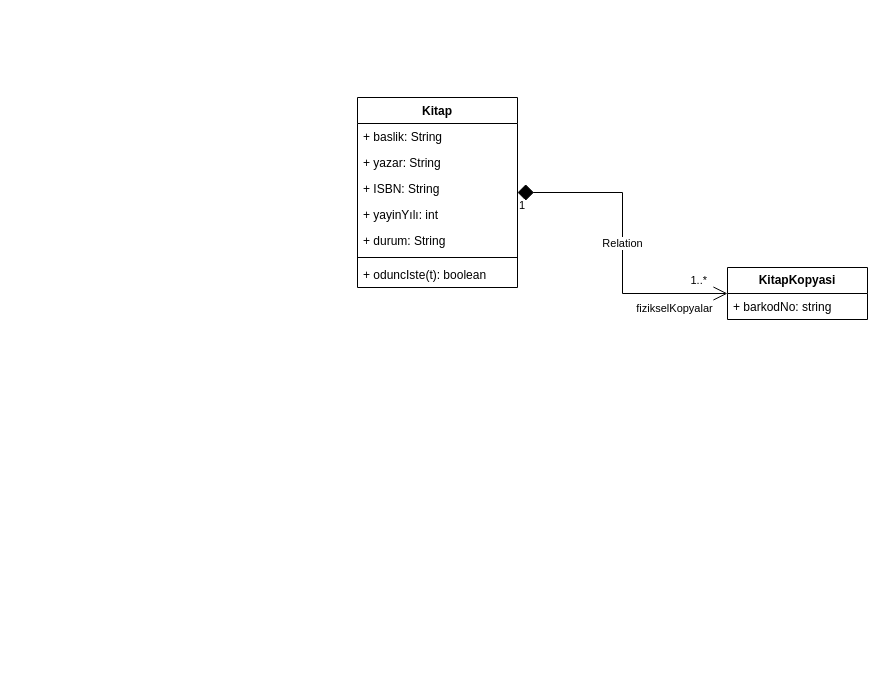
This is page "ClassDiyagram" (1 of 2) of okys/doc/OKYS-Design.drawio from tdursun/oop2026, a draw.io file, before an edit. Source tidied: cells renumbered, new cells numbered last; positions are measured from the earlier drawing's top-left corner, leaving out a move shared by most shapes. Both pictures are drawn from the tidied source at 100%, with x=0, y=0 at pixel (357, 97).
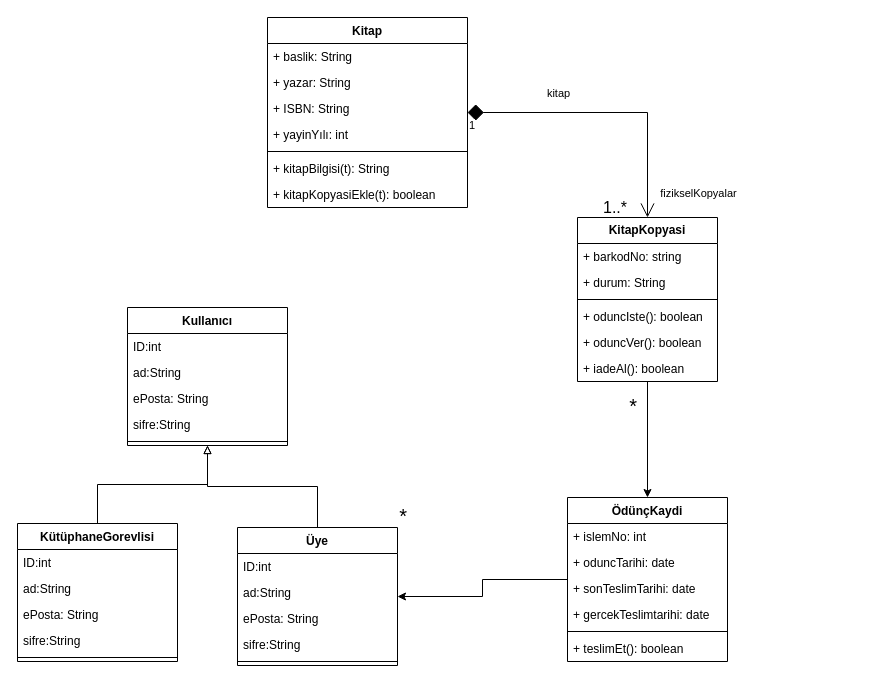
Above is the later version.

The edit, as a diff of the source:
```diff
@@
     <mxCell id="2" value="Kitap" style="swimlane;fontStyle=1;align=center;verticalAlign=top;horizontal=1;startSize=26;whiteSpace=wrap;html=1;" parent="1" vertex="1">
-      <mxGeometry width="160" height="190" as="geometry" />
+      <mxGeometry x="-90" y="-80" width="200" height="190" as="geometry" />
     </mxCell>
     <mxCell id="3" value="+ baslik: String" style="text;strokeColor=none;fillColor=none;align=left;verticalAlign=top;spacingLeft=4;spacingRight=4;overflow=hidden;whiteSpace=wrap;html=1;" parent="2" vertex="1">
-      <mxGeometry y="26" width="160" height="26" as="geometry" />
+      <mxGeometry y="26" width="200" height="26" as="geometry" />
     </mxCell>
     <mxCell id="4" value="+ yazar: String" style="text;strokeColor=none;fillColor=none;align=left;verticalAlign=top;spacingLeft=4;spacingRight=4;overflow=hidden;whiteSpace=wrap;html=1;" parent="2" vertex="1">
-      <mxGeometry y="52" width="160" height="26" as="geometry" />
+      <mxGeometry y="52" width="200" height="26" as="geometry" />
     </mxCell>
     <mxCell id="5" value="+ ISBN: String" style="text;strokeColor=none;fillColor=none;align=left;verticalAlign=top;spacingLeft=4;spacingRight=4;overflow=hidden;whiteSpace=wrap;html=1;" parent="2" vertex="1">
-      <mxGeometry y="78" width="160" height="26" as="geometry" />
+      <mxGeometry y="78" width="200" height="26" as="geometry" />
     </mxCell>
     <mxCell id="6" value="+ yayinYılı: int" style="text;strokeColor=none;fillColor=none;align=left;verticalAlign=top;spacingLeft=4;spacingRight=4;overflow=hidden;whiteSpace=wrap;html=1;" parent="2" vertex="1">
-      <mxGeometry y="104" width="160" height="26" as="geometry" />
+      <mxGeometry y="104" width="200" height="26" as="geometry" />
     </mxCell>
-    <mxCell id="7" value="+ durum: String" style="text;strokeColor=none;fillColor=none;align=left;verticalAlign=top;spacingLeft=4;spacingRight=4;overflow=hidden;whiteSpace=wrap;html=1;" parent="2" vertex="1">
-      <mxGeometry y="130" width="160" height="26" as="geometry" />
-    </mxCell>
     <mxCell id="8" style="line;strokeWidth=1;fillColor=none;align=left;verticalAlign=middle;spacingTop=-1;spacingLeft=3;spacingRight=3;labelPosition=right;strokeColor=inherit;" parent="2" vertex="1">
-      <mxGeometry y="156" width="160" height="8" as="geometry" />
+      <mxGeometry y="130" width="200" height="8" as="geometry" />
     </mxCell>
-    <mxCell id="9" value="+ oduncIste(t): boolean" style="text;strokeColor=none;fillColor=none;align=left;verticalAlign=top;spacingLeft=4;spacingRight=4;overflow=hidden;whiteSpace=wrap;html=1;" parent="2" vertex="1">
-      <mxGeometry y="164" width="160" height="26" as="geometry" />
+    <mxCell id="9" value="+ kitapBilgisi(t): String" style="text;strokeColor=none;fillColor=none;align=left;verticalAlign=top;spacingLeft=4;spacingRight=4;overflow=hidden;whiteSpace=wrap;html=1;" parent="2" vertex="1">
+      <mxGeometry y="138" width="200" height="26" as="geometry" />
     </mxCell>
+    <mxCell id="16" value="+ kitapKopyasiEkle(t): boolean" style="text;strokeColor=none;fillColor=none;align=left;verticalAlign=top;spacingLeft=4;spacingRight=4;overflow=hidden;whiteSpace=wrap;html=1;" parent="2" vertex="1">
+      <mxGeometry y="164" width="200" height="26" as="geometry" />
+    </mxCell>
+    <mxCell id="17" style="edgeStyle=orthogonalEdgeStyle;rounded=0;jettySize=auto;html=1;" parent="1" edge="1" source="10" target="26">
+      <mxGeometry relative="1" as="geometry" />
+    </mxCell>
     <mxCell id="10" value="&lt;b&gt;KitapKopyasi&lt;/b&gt;" style="swimlane;fontStyle=0;horizontal=1;startSize=26;fillColor=none;whiteSpace=wrap;html=1;" parent="1" vertex="1">
-      <mxGeometry x="370" y="170" width="140" height="52" as="geometry" />
+      <mxGeometry x="220" y="120" width="140" height="164" as="geometry" />
     </mxCell>
@@
+    <mxCell id="7" value="+ durum: String" style="text;strokeColor=none;fillColor=none;align=left;verticalAlign=top;spacingLeft=4;spacingRight=4;overflow=hidden;whiteSpace=wrap;html=1;" parent="10" vertex="1">
+      <mxGeometry y="52" width="140" height="26" as="geometry" />
+    </mxCell>
+    <mxCell id="18" style="line;strokeWidth=1;fillColor=none;align=left;verticalAlign=middle;spacingTop=-1;spacingLeft=3;spacingRight=3;labelPosition=right;strokeColor=inherit;" parent="10" vertex="1">
+      <mxGeometry y="78" width="140" height="8" as="geometry" />
+    </mxCell>
+    <mxCell id="19" value="+ oduncIste(): boolean" style="text;strokeColor=none;fillColor=none;align=left;verticalAlign=top;spacingLeft=4;spacingRight=4;overflow=hidden;whiteSpace=wrap;html=1;" parent="10" vertex="1">
+      <mxGeometry y="86" width="140" height="26" as="geometry" />
+    </mxCell>
+    <mxCell id="20" value="+ oduncVer(): boolean" style="text;strokeColor=none;fillColor=none;align=left;verticalAlign=top;spacingLeft=4;spacingRight=4;overflow=hidden;whiteSpace=wrap;html=1;" parent="10" vertex="1">
+      <mxGeometry y="112" width="140" height="26" as="geometry" />
+    </mxCell>
+    <mxCell id="21" value="+ iadeAl(): boolean" style="text;strokeColor=none;fillColor=none;align=left;verticalAlign=top;spacingLeft=4;spacingRight=4;overflow=hidden;whiteSpace=wrap;html=1;" parent="10" vertex="1">
+      <mxGeometry y="138" width="140" height="26" as="geometry" />
+    </mxCell>
-    <mxCell id="12" value="Relation" style="endArrow=open;html=1;endSize=12;startArrow=diamond;startSize=14;startFill=1;edgeStyle=orthogonalEdgeStyle;rounded=0;" parent="1" edge="1" source="2" target="10">
+    <mxCell id="12" style="endArrow=open;html=1;endSize=12;startArrow=diamond;startSize=14;startFill=1;edgeStyle=orthogonalEdgeStyle;rounded=0;" parent="1" edge="1" source="2" target="10">
       <mxGeometry relative="1" as="geometry" />
     </mxCell>
@@
-    <mxCell id="14" value="1..*" style="edgeLabel;html=1;align=right;verticalAlign=top;" parent="12" vertex="1">
+    <mxCell id="14" value="1..*" style="edgeLabel;html=1;align=right;verticalAlign=top;fontSize=16;" parent="12" vertex="1">
       <mxGeometry x="1" relative="1" as="geometry">
         <mxPoint x="-20" y="-26" as="offset" />
       </mxGeometry>
     </mxCell>
     <mxCell id="15" value="fizikselKopyalar" style="edgeLabel;html=1;align=center;verticalAlign=middle;" parent="12" vertex="1">
       <mxGeometry x="0.81" y="-1" relative="1" as="geometry">
-        <mxPoint x="-24" y="13" as="offset" />
+        <mxPoint x="51" y="2" as="offset" />
       </mxGeometry>
     </mxCell>
+    <mxCell id="22" value="*" style="edgeLabel;html=1;align=right;verticalAlign=top;fontSize=20;" parent="12" vertex="1">
+      <mxGeometry x="1" relative="1" as="geometry">
+        <mxPoint x="-10" y="170" as="offset" />
+      </mxGeometry>
+    </mxCell>
+    <mxCell id="23" value="*" style="edgeLabel;html=1;align=right;verticalAlign=top;fontSize=20;" parent="12" vertex="1">
+      <mxGeometry x="1" relative="1" as="geometry">
+        <mxPoint x="-240" y="280" as="offset" />
+      </mxGeometry>
+    </mxCell>
+    <mxCell id="24" value="kitap" style="edgeLabel;html=1;align=center;verticalAlign=middle;" parent="12" vertex="1">
+      <mxGeometry x="0.81" y="-1" relative="1" as="geometry">
+        <mxPoint x="-89" y="-98" as="offset" />
+      </mxGeometry>
+    </mxCell>
+    <mxCell id="25" style="edgeStyle=orthogonalEdgeStyle;rounded=0;jettySize=auto;html=1;" parent="1" edge="1" source="26" target="40">
+      <mxGeometry relative="1" as="geometry" />
+    </mxCell>
+    <mxCell id="26" value="ÖdünçKaydi" style="swimlane;fontStyle=1;align=center;verticalAlign=top;horizontal=1;startSize=26;whiteSpace=wrap;html=1;" parent="1" vertex="1">
+      <mxGeometry x="210" y="400" width="160" height="164" as="geometry" />
+    </mxCell>
+    <mxCell id="27" value="+ islemNo: int" style="text;strokeColor=none;fillColor=none;align=left;verticalAlign=top;spacingLeft=4;spacingRight=4;overflow=hidden;whiteSpace=wrap;html=1;" parent="26" vertex="1">
+      <mxGeometry y="26" width="160" height="26" as="geometry" />
+    </mxCell>
+    <mxCell id="28" value="+ oduncTarihi: date" style="text;strokeColor=none;fillColor=none;align=left;verticalAlign=top;spacingLeft=4;spacingRight=4;overflow=hidden;whiteSpace=wrap;html=1;" parent="26" vertex="1">
+      <mxGeometry y="52" width="160" height="26" as="geometry" />
+    </mxCell>
+    <mxCell id="29" value="+ sonTeslimTarihi: date" style="text;strokeColor=none;fillColor=none;align=left;verticalAlign=top;spacingLeft=4;spacingRight=4;overflow=hidden;whiteSpace=wrap;html=1;" parent="26" vertex="1">
+      <mxGeometry y="78" width="160" height="26" as="geometry" />
+    </mxCell>
+    <mxCell id="30" value="+ gercekTeslimtarihi: date" style="text;strokeColor=none;fillColor=none;align=left;verticalAlign=top;spacingLeft=4;spacingRight=4;overflow=hidden;whiteSpace=wrap;html=1;" parent="26" vertex="1">
+      <mxGeometry y="104" width="160" height="26" as="geometry" />
+    </mxCell>
+    <mxCell id="31" style="line;strokeWidth=1;fillColor=none;align=left;verticalAlign=middle;spacingTop=-1;spacingLeft=3;spacingRight=3;labelPosition=right;strokeColor=inherit;" parent="26" vertex="1">
+      <mxGeometry y="130" width="160" height="8" as="geometry" />
+    </mxCell>
+    <mxCell id="32" value="+ teslimEt(): boolean" style="text;strokeColor=none;fillColor=none;align=left;verticalAlign=top;spacingLeft=4;spacingRight=4;overflow=hidden;whiteSpace=wrap;html=1;" parent="26" vertex="1">
+      <mxGeometry y="138" width="160" height="26" as="geometry" />
+    </mxCell>
+    <mxCell id="33" value="Kullanıcı" style="swimlane;fontStyle=1;align=center;verticalAlign=top;horizontal=1;startSize=26;whiteSpace=wrap;html=1;" parent="1" vertex="1">
+      <mxGeometry x="-230" y="210" width="160" height="138" as="geometry" />
+    </mxCell>
+    <mxCell id="34" value="ID:int" style="text;strokeColor=none;fillColor=none;align=left;verticalAlign=top;spacingLeft=4;spacingRight=4;overflow=hidden;whiteSpace=wrap;html=1;" parent="33" vertex="1">
+      <mxGeometry y="26" width="160" height="26" as="geometry" />
+    </mxCell>
+    <mxCell id="35" value="ad:String" style="text;strokeColor=none;fillColor=none;align=left;verticalAlign=top;spacingLeft=4;spacingRight=4;overflow=hidden;whiteSpace=wrap;html=1;" parent="33" vertex="1">
+      <mxGeometry y="52" width="160" height="26" as="geometry" />
+    </mxCell>
+    <mxCell id="36" value="ePosta: String" style="text;strokeColor=none;fillColor=none;align=left;verticalAlign=top;spacingLeft=4;spacingRight=4;overflow=hidden;whiteSpace=wrap;html=1;" parent="33" vertex="1">
+      <mxGeometry y="78" width="160" height="26" as="geometry" />
+    </mxCell>
+    <mxCell id="37" value="sifre:String" style="text;strokeColor=none;fillColor=none;align=left;verticalAlign=top;spacingLeft=4;spacingRight=4;overflow=hidden;whiteSpace=wrap;html=1;" parent="33" vertex="1">
+      <mxGeometry y="104" width="160" height="26" as="geometry" />
+    </mxCell>
+    <mxCell id="38" style="line;strokeWidth=1;fillColor=none;align=left;verticalAlign=middle;spacingTop=-1;spacingLeft=3;spacingRight=3;labelPosition=right;strokeColor=inherit;" parent="33" vertex="1">
+      <mxGeometry y="130" width="160" height="8" as="geometry" />
+    </mxCell>
+    <mxCell id="39" style="edgeStyle=orthogonalEdgeStyle;rounded=0;jettySize=auto;html=1;endArrow=block;endFill=0;" parent="1" edge="1" source="40" target="33">
+      <mxGeometry relative="1" as="geometry" />
+    </mxCell>
+    <mxCell id="40" value="Üye" style="swimlane;fontStyle=1;align=center;verticalAlign=top;horizontal=1;startSize=26;whiteSpace=wrap;html=1;" parent="1" vertex="1">
+      <mxGeometry x="-120" y="430" width="160" height="138" as="geometry" />
+    </mxCell>
+    <mxCell id="41" value="ID:int" style="text;strokeColor=none;fillColor=none;align=left;verticalAlign=top;spacingLeft=4;spacingRight=4;overflow=hidden;whiteSpace=wrap;html=1;" parent="40" vertex="1">
+      <mxGeometry y="26" width="160" height="26" as="geometry" />
+    </mxCell>
+    <mxCell id="42" value="ad:String" style="text;strokeColor=none;fillColor=none;align=left;verticalAlign=top;spacingLeft=4;spacingRight=4;overflow=hidden;whiteSpace=wrap;html=1;" parent="40" vertex="1">
+      <mxGeometry y="52" width="160" height="26" as="geometry" />
+    </mxCell>
+    <mxCell id="43" value="ePosta: String" style="text;strokeColor=none;fillColor=none;align=left;verticalAlign=top;spacingLeft=4;spacingRight=4;overflow=hidden;whiteSpace=wrap;html=1;" parent="40" vertex="1">
+      <mxGeometry y="78" width="160" height="26" as="geometry" />
+    </mxCell>
+    <mxCell id="44" value="sifre:String" style="text;strokeColor=none;fillColor=none;align=left;verticalAlign=top;spacingLeft=4;spacingRight=4;overflow=hidden;whiteSpace=wrap;html=1;" parent="40" vertex="1">
+      <mxGeometry y="104" width="160" height="26" as="geometry" />
+    </mxCell>
+    <mxCell id="45" style="line;strokeWidth=1;fillColor=none;align=left;verticalAlign=middle;spacingTop=-1;spacingLeft=3;spacingRight=3;labelPosition=right;strokeColor=inherit;" parent="40" vertex="1">
+      <mxGeometry y="130" width="160" height="8" as="geometry" />
+    </mxCell>
+    <mxCell id="46" style="edgeStyle=orthogonalEdgeStyle;rounded=0;jettySize=auto;html=1;endArrow=block;endFill=0;" parent="1" edge="1" source="47" target="33">
+      <mxGeometry relative="1" as="geometry" />
+    </mxCell>
+    <mxCell id="47" value="KütüphaneGorevlisi" style="swimlane;fontStyle=1;align=center;verticalAlign=top;horizontal=1;startSize=26;whiteSpace=wrap;html=1;" parent="1" vertex="1">
+      <mxGeometry x="-340" y="426" width="160" height="138" as="geometry" />
+    </mxCell>
+    <mxCell id="48" value="ID:int" style="text;strokeColor=none;fillColor=none;align=left;verticalAlign=top;spacingLeft=4;spacingRight=4;overflow=hidden;whiteSpace=wrap;html=1;" parent="47" vertex="1">
+      <mxGeometry y="26" width="160" height="26" as="geometry" />
+    </mxCell>
+    <mxCell id="49" value="ad:String" style="text;strokeColor=none;fillColor=none;align=left;verticalAlign=top;spacingLeft=4;spacingRight=4;overflow=hidden;whiteSpace=wrap;html=1;" parent="47" vertex="1">
+      <mxGeometry y="52" width="160" height="26" as="geometry" />
+    </mxCell>
+    <mxCell id="50" value="ePosta: String" style="text;strokeColor=none;fillColor=none;align=left;verticalAlign=top;spacingLeft=4;spacingRight=4;overflow=hidden;whiteSpace=wrap;html=1;" parent="47" vertex="1">
+      <mxGeometry y="78" width="160" height="26" as="geometry" />
+    </mxCell>
+    <mxCell id="51" value="sifre:String" style="text;strokeColor=none;fillColor=none;align=left;verticalAlign=top;spacingLeft=4;spacingRight=4;overflow=hidden;whiteSpace=wrap;html=1;" parent="47" vertex="1">
+      <mxGeometry y="104" width="160" height="26" as="geometry" />
+    </mxCell>
+    <mxCell id="52" style="line;strokeWidth=1;fillColor=none;align=left;verticalAlign=middle;spacingTop=-1;spacingLeft=3;spacingRight=3;labelPosition=right;strokeColor=inherit;" parent="47" vertex="1">
+      <mxGeometry y="130" width="160" height="8" as="geometry" />
+    </mxCell>
```
